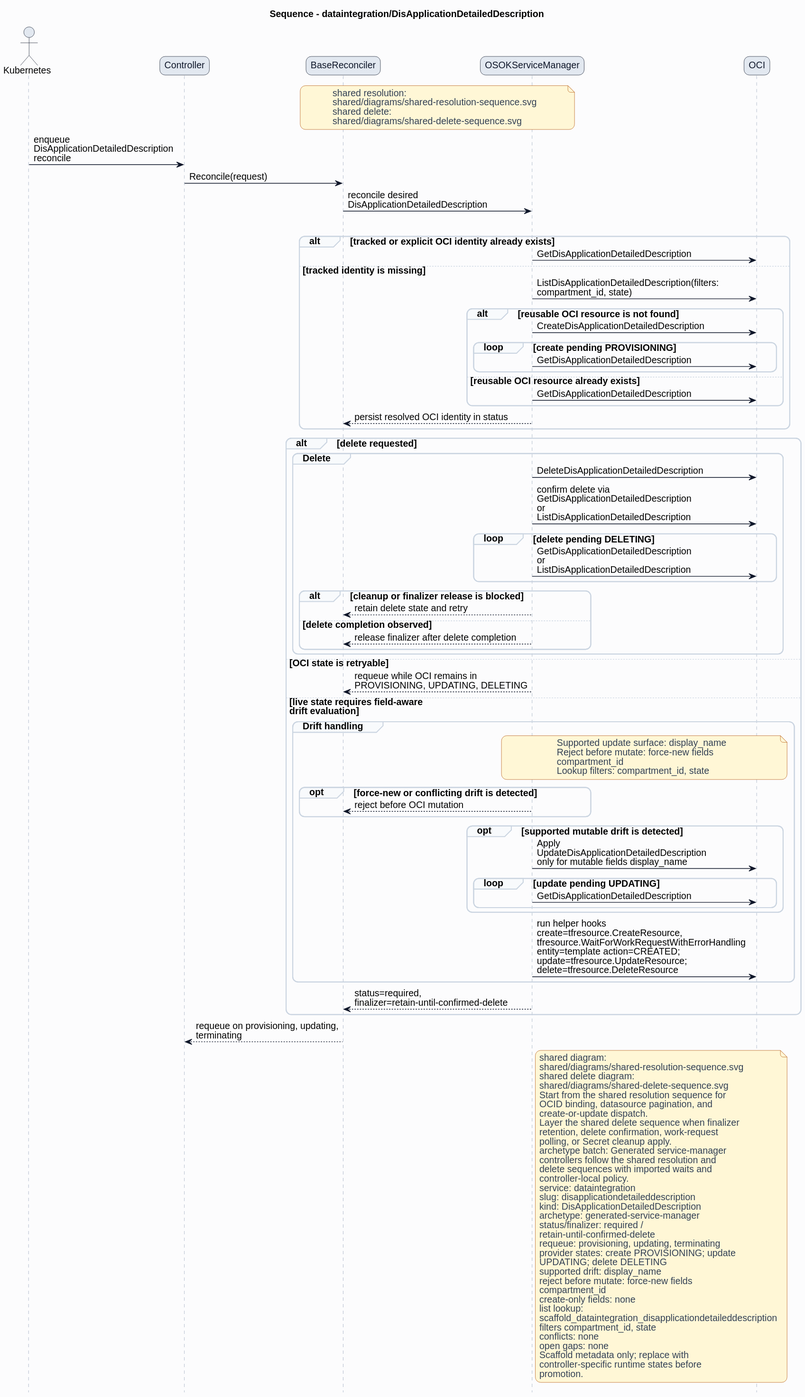
HaoyL666/oci-service-operator keeps this PlantUML diagram as formal/controllers/dataintegration/disapplicationdetaileddescription/diagrams/sequence.svg. Above is the earlier version. Source of this version:
```plantuml
@startuml
skinparam shadowing false
skinparam backgroundColor #fcfcfd
skinparam defaultFontName Helvetica
skinparam defaultFontSize 14
skinparam arrowColor #0f172a
skinparam noteBackgroundColor #fff7d6
skinparam noteBorderColor #b45309
skinparam noteFontColor #334155
skinparam roundcorner 16
title Sequence - dataintegration/DisApplicationDetailedDescription
hide footbox
skinparam sequence {
  actorBorderColor #0f172a
  actorBackgroundColor #e2e8f0
  participantBorderColor #0f172a
  participantBackgroundColor #e2e8f0
  participantFontColor #0f172a
  lifeLineBorderColor #94a3b8
  groupBorderColor #cbd5e1
  groupBackgroundColor #f8fafc
}
actor Kubernetes
participant Controller
participant BaseReconciler
participant "OSOKServiceManager" as ServiceManager
participant OCI
note over BaseReconciler,ServiceManager
shared resolution:
shared/diagrams/shared-resolution-sequence.svg
shared delete:
shared/diagrams/shared-delete-sequence.svg
end note
Kubernetes -> Controller: enqueue\nDisApplicationDetailedDescription\nreconcile
Controller -> BaseReconciler: Reconcile(request)
BaseReconciler -> ServiceManager: reconcile desired\nDisApplicationDetailedDescription
group Lookup and bind
alt tracked or explicit OCI identity already exists
ServiceManager -> OCI: GetDisApplicationDetailedDescription
else tracked identity is missing
ServiceManager -> OCI: ListDisApplicationDetailedDescription(filters:\ncompartment_id, state)
alt reusable OCI resource is not found
ServiceManager -> OCI: CreateDisApplicationDetailedDescription
loop create pending PROVISIONING
ServiceManager -> OCI: GetDisApplicationDetailedDescription
end
else reusable OCI resource already exists
ServiceManager -> OCI: GetDisApplicationDetailedDescription
end
ServiceManager --> BaseReconciler: persist resolved OCI identity in status
end
alt delete requested
group Delete
ServiceManager -> OCI: DeleteDisApplicationDetailedDescription
ServiceManager -> OCI: confirm delete via\nGetDisApplicationDetailedDescription\nor\nListDisApplicationDetailedDescription
loop delete pending DELETING
ServiceManager -> OCI: GetDisApplicationDetailedDescription\nor\nListDisApplicationDetailedDescription
end
alt cleanup or finalizer release is blocked
ServiceManager --> BaseReconciler: retain delete state and retry
else delete completion observed
ServiceManager --> BaseReconciler: release finalizer after delete completion
end
end
else OCI state is retryable
ServiceManager --> BaseReconciler: requeue while OCI remains in\nPROVISIONING, UPDATING, DELETING
else live state requires field-aware\ndrift evaluation
group Drift handling
note over ServiceManager,OCI
Supported update surface: display_name
Reject before mutate: force-new fields
compartment_id
Lookup filters: compartment_id, state
end note
opt force-new or conflicting drift is detected
ServiceManager --> BaseReconciler: reject before OCI mutation
end
opt supported mutable drift is detected
ServiceManager -> OCI: Apply\nUpdateDisApplicationDetailedDescription\nonly for mutable fields display_name
loop update pending UPDATING
ServiceManager -> OCI: GetDisApplicationDetailedDescription
end
end
ServiceManager -> OCI: run helper hooks\ncreate=tfresource.CreateResource,\ntfresource.WaitForWorkRequestWithErrorHandling\nentity=template action=CREATED;\nupdate=tfresource.UpdateResource;\ndelete=tfresource.DeleteResource
end
ServiceManager --> BaseReconciler: status=required,\nfinalizer=retain-until-confirmed-delete
end
BaseReconciler --> Controller: requeue on provisioning, updating,\nterminating
note right of ServiceManager
shared diagram:
shared/diagrams/shared-resolution-sequence.svg
shared delete diagram:
shared/diagrams/shared-delete-sequence.svg
Start from the shared resolution sequence for
OCID binding, datasource pagination, and
create-or-update dispatch.
Layer the shared delete sequence when finalizer
retention, delete confirmation, work-request
polling, or Secret cleanup apply.
archetype batch: Generated service-manager
controllers follow the shared resolution and
delete sequences with imported waits and
controller-local policy.
service: dataintegration
slug: disapplicationdetaileddescription
kind: DisApplicationDetailedDescription
archetype: generated-service-manager
status/finalizer: required /
retain-until-confirmed-delete
requeue: provisioning, updating, terminating
provider states: create PROVISIONING; update
UPDATING; delete DELETING
supported drift: display_name
reject before mutate: force-new fields
compartment_id
create-only fields: none
list lookup:
scaffold_dataintegration_disapplicationdetaileddescription
filters compartment_id, state
conflicts: none
open gaps: none
Scaffold metadata only; replace with
controller-specific runtime states before
promotion.
end note
@enduml
```
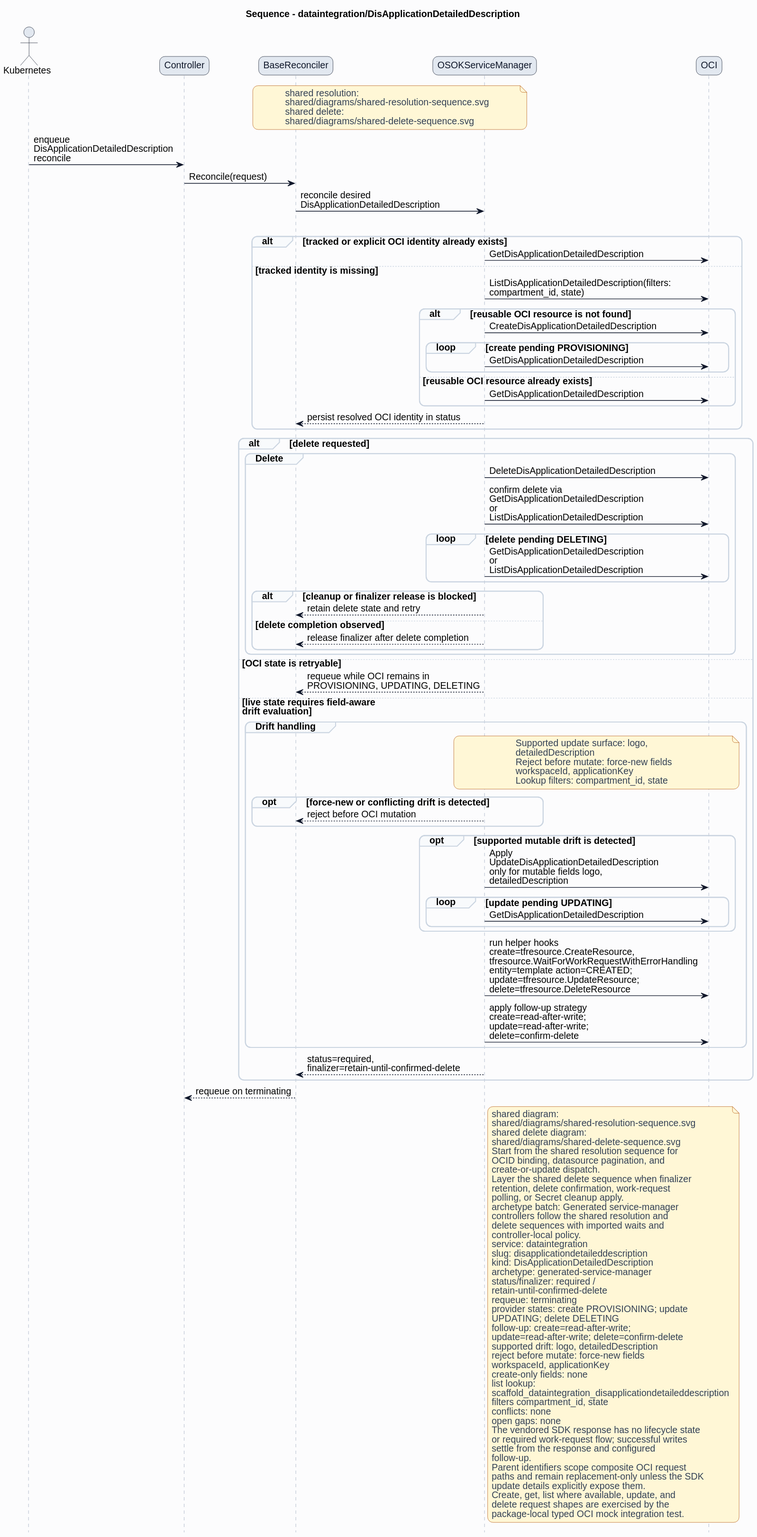
After the commit.

Change to the diagram source:
```diff
@@ -67,25 +67,27 @@
 else live state requires field-aware\ndrift evaluation
 group Drift handling
 note over ServiceManager,OCI
-Supported update surface: display_name
+Supported update surface: logo,
+detailedDescription
 Reject before mutate: force-new fields
-compartment_id
+workspaceId, applicationKey
 Lookup filters: compartment_id, state
 end note
 opt force-new or conflicting drift is detected
 ServiceManager --> BaseReconciler: reject before OCI mutation
 end
 opt supported mutable drift is detected
-ServiceManager -> OCI: Apply\nUpdateDisApplicationDetailedDescription\nonly for mutable fields display_name
+ServiceManager -> OCI: Apply\nUpdateDisApplicationDetailedDescription\nonly for mutable fields logo,\ndetailedDescription
 loop update pending UPDATING
 ServiceManager -> OCI: GetDisApplicationDetailedDescription
 end
 end
 ServiceManager -> OCI: run helper hooks\ncreate=tfresource.CreateResource,\ntfresource.WaitForWorkRequestWithErrorHandling\nentity=template action=CREATED;\nupdate=tfresource.UpdateResource;\ndelete=tfresource.DeleteResource
+ServiceManager -> OCI: apply follow-up strategy\ncreate=read-after-write;\nupdate=read-after-write;\ndelete=confirm-delete
 end
 ServiceManager --> BaseReconciler: status=required,\nfinalizer=retain-until-confirmed-delete
 end
-BaseReconciler --> Controller: requeue on provisioning, updating,\nterminating
+BaseReconciler --> Controller: requeue on terminating
 note right of ServiceManager
 shared diagram:
 shared/diagrams/shared-resolution-sequence.svg
@@ -107,20 +109,29 @@
 archetype: generated-service-manager
 status/finalizer: required /
 retain-until-confirmed-delete
-requeue: provisioning, updating, terminating
+requeue: terminating
 provider states: create PROVISIONING; update
 UPDATING; delete DELETING
-supported drift: display_name
+follow-up: create=read-after-write;
+update=read-after-write; delete=confirm-delete
+supported drift: logo, detailedDescription
 reject before mutate: force-new fields
-compartment_id
+workspaceId, applicationKey
 create-only fields: none
 list lookup:
 scaffold_dataintegration_disapplicationdetaileddescription
 filters compartment_id, state
 conflicts: none
 open gaps: none
-Scaffold metadata only; replace with
-controller-specific runtime states before
-promotion.
+The vendored SDK response has no lifecycle state
+or required work-request flow; successful writes
+settle from the response and configured
+follow-up.
+Parent identifiers scope composite OCI request
+paths and remain replacement-only unless the SDK
+update details explicitly expose them.
+Create, get, list where available, update, and
+delete request shapes are exercised by the
+package-local typed OCI mock integration test.
 end note
 @enduml
```
